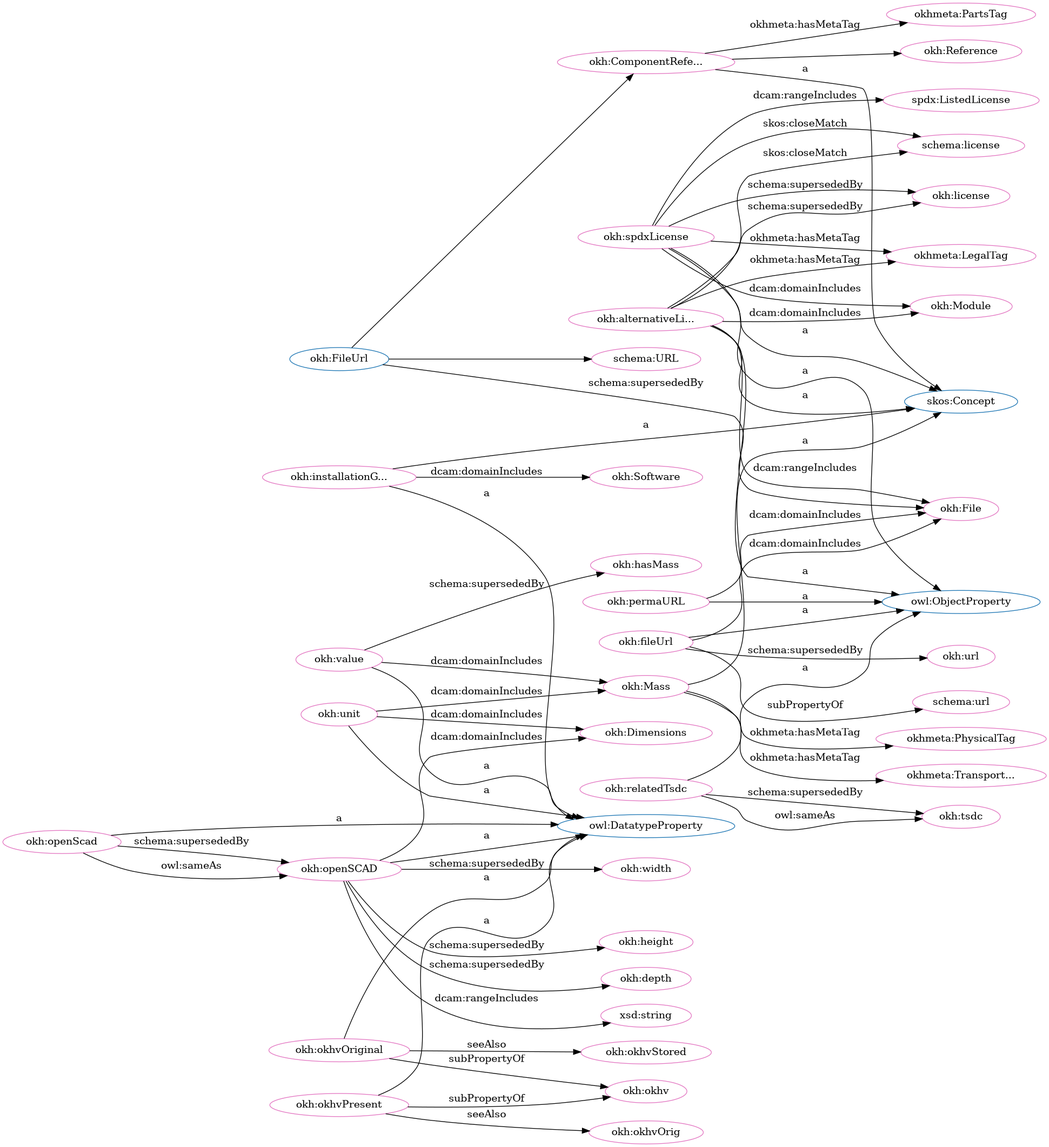
The Graphviz diagram src/spec/dot_okh_deprecated.png in iop-alliance/OpenKnowHow, before a commit. Its source is kept beside it as src/spec/dot_okh_deprecated.dot.
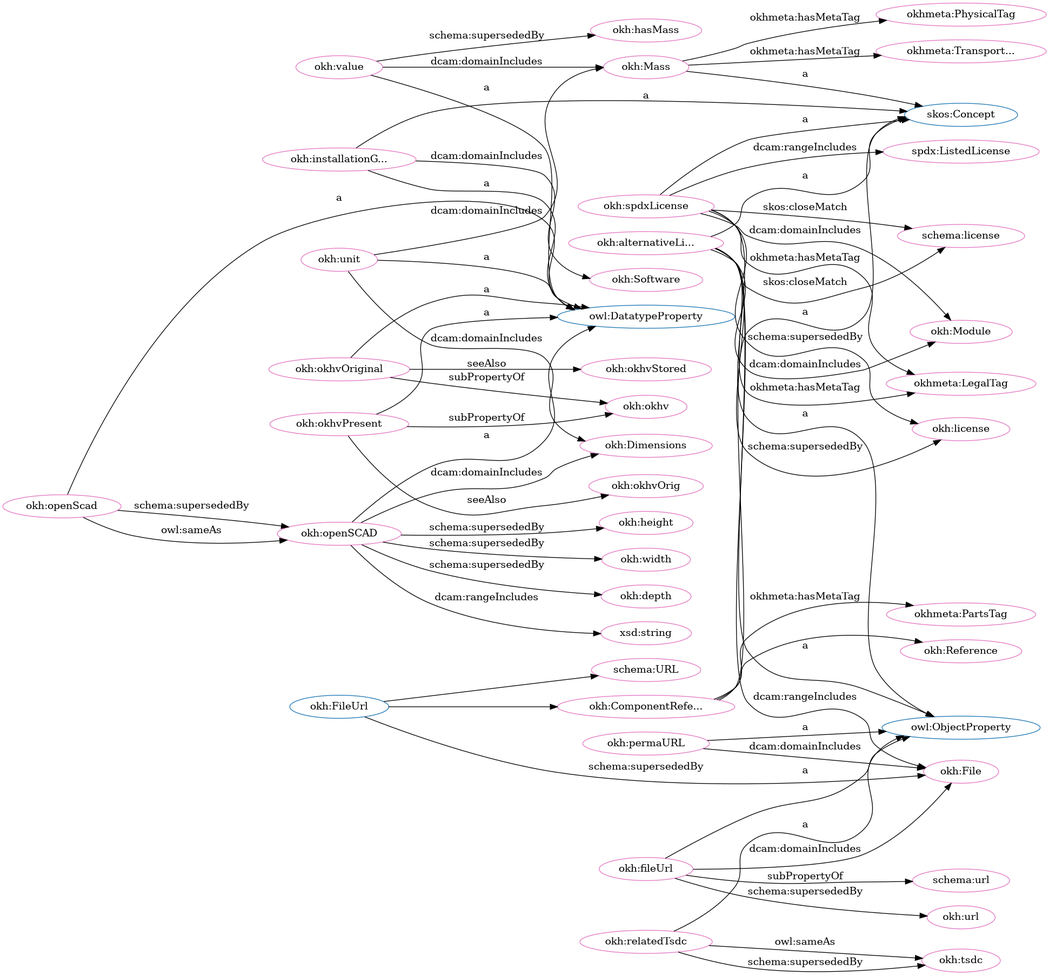
The same diagram one commit later.

Change to the diagram source:
```diff
@@ -1,106 +1,106 @@
 digraph G {
   rankdir=BT
   node[height=.3]
+"http://w3id.org/oseg/ont/okh#Reference" [fillcolor="#1f77b4" color="#1f77b4" label="okh:Reference"]
+"http://schema.org/URL" [fillcolor="#1f77b4" color="#1f77b4" label="schema:URL"]
+"http://www.w3.org/2002/07/owl#DatatypeProperty" [fillcolor="#1f77b4" color="#1f77b4" label="owl:DatatypeProperty"]
+"http://w3id.org/oseg/ont/okh#ComponentReference" [fillcolor="#1f77b4" color="#1f77b4" label="okh:ComponentRefe..."]
+"http://www.w3.org/2004/02/skos/core#Concept" [fillcolor="#1f77b4" color="#1f77b4" label="skos:Concept"]
+"http://www.w3.org/2002/07/owl#ObjectProperty" [fillcolor="#1f77b4" color="#1f77b4" label="owl:ObjectProperty"]
 "http://w3id.org/oseg/ont/okh#Mass" [fillcolor="#1f77b4" color="#1f77b4" label="okh:Mass"]
-"http://w3id.org/oseg/ont/okh#ComponentReference" [fillcolor="#1f77b4" color="#1f77b4" label="okh:ComponentRefe..."]
-"http://www.w3.org/2002/07/owl#DatatypeProperty" [fillcolor="#1f77b4" color="#1f77b4" label="owl:DatatypeProperty"]
-"http://www.w3.org/2002/07/owl#ObjectProperty" [fillcolor="#1f77b4" color="#1f77b4" label="owl:ObjectProperty"]
-"http://www.w3.org/2004/02/skos/core#Concept" [fillcolor="#1f77b4" color="#1f77b4" label="skos:Concept"]
 "http://w3id.org/oseg/ont/okh#FileUrl" [fillcolor="#1f77b4" color="#1f77b4" label="okh:FileUrl"]
-"http://schema.org/URL" [fillcolor="#1f77b4" color="#1f77b4" label="schema:URL"]
-"http://w3id.org/oseg/ont/okh#Reference" [fillcolor="#1f77b4" color="#1f77b4" label="okh:Reference"]
+"http://w3id.org/oseg/ont/okh#Reference" [fillcolor="#e377c2" color="#e377c2" label="okh:Reference"]
+"http://w3id.org/oseg/ont/okh#okhv" [fillcolor="#e377c2" color="#e377c2" label="okh:okhv"]
+"http://w3id.org/oseg/ont/okh#okhvOriginal" [fillcolor="#e377c2" color="#e377c2" label="okh:okhvOriginal"]
+"http://w3id.org/oseg/ont/okhmetaPartsTag" [fillcolor="#e377c2" color="#e377c2" label="okhmeta:PartsTag"]
+"http://w3id.org/oseg/ont/okh#unit" [fillcolor="#e377c2" color="#e377c2" label="okh:unit"]
+"http://w3id.org/oseg/ont/okh#File" [fillcolor="#e377c2" color="#e377c2" label="okh:File"]
+"http://schema.org/license" [fillcolor="#e377c2" color="#e377c2" label="schema:license"]
+"http://w3id.org/oseg/ont/okh#fileUrl" [fillcolor="#e377c2" color="#e377c2" label="okh:fileUrl"]
+"http://w3id.org/oseg/ont/okh#Module" [fillcolor="#e377c2" color="#e377c2" label="okh:Module"]
+"http://w3id.org/oseg/ont/okh#Dimensions" [fillcolor="#e377c2" color="#e377c2" label="okh:Dimensions"]
 "http://w3id.org/oseg/ont/okh#ComponentReference" [fillcolor="#e377c2" color="#e377c2" label="okh:ComponentRefe..."]
-"http://w3id.org/oseg/ont/okh#url" [fillcolor="#e377c2" color="#e377c2" label="okh:url"]
-"http://w3id.org/oseg/ont/okh#height" [fillcolor="#e377c2" color="#e377c2" label="okh:height"]
-"http://spdx.org/rdf/terms#ListedLicense" [fillcolor="#e377c2" color="#e377c2" label="spdx:ListedLicense"]
-"http://w3id.org/oseg/ont/okh#File" [fillcolor="#e377c2" color="#e377c2" label="okh:File"]
-"http://w3id.org/oseg/ont/okh#unit" [fillcolor="#e377c2" color="#e377c2" label="okh:unit"]
-"http://w3id.org/oseg/ont/okhmetaLegalTag" [fillcolor="#e377c2" color="#e377c2" label="okhmeta:LegalTag"]
+"http://w3id.org/oseg/ont/okh#relatedTsdc" [fillcolor="#e377c2" color="#e377c2" label="okh:relatedTsdc"]
+"http://www.w3.org/2001/XMLSchema#string" [fillcolor="#e377c2" color="#e377c2" label="xsd:string"]
+"http://w3id.org/oseg/ont/okh#alternativeLicense" [fillcolor="#e377c2" color="#e377c2" label="okh:alternativeLi..."]
+"http://w3id.org/oseg/ont/okh#Mass" [fillcolor="#e377c2" color="#e377c2" label="okh:Mass"]
+"http://w3id.org/oseg/ont/okh#value" [fillcolor="#e377c2" color="#e377c2" label="okh:value"]
 "http://w3id.org/oseg/ont/okh#license" [fillcolor="#e377c2" color="#e377c2" label="okh:license"]
 "http://w3id.org/oseg/ont/okh#openSCAD" [fillcolor="#e377c2" color="#e377c2" label="okh:openSCAD"]
+"http://schema.org/URL" [fillcolor="#e377c2" color="#e377c2" label="schema:URL"]
 "http://w3id.org/oseg/ont/okh#installationGuide" [fillcolor="#e377c2" color="#e377c2" label="okh:installationG..."]
-"http://w3id.org/oseg/ont/okhmetaPartsTag" [fillcolor="#e377c2" color="#e377c2" label="okhmeta:PartsTag"]
-"http://w3id.org/oseg/ont/okh#Software" [fillcolor="#e377c2" color="#e377c2" label="okh:Software"]
+"http://w3id.org/oseg/ont/okhmetaLegalTag" [fillcolor="#e377c2" color="#e377c2" label="okhmeta:LegalTag"]
+"http://w3id.org/oseg/ont/okhmetaTransportationTag" [fillcolor="#e377c2" color="#e377c2" label="okhmeta:Transport..."]
 "http://w3id.org/oseg/ont/okh#tsdc" [fillcolor="#e377c2" color="#e377c2" label="okh:tsdc"]
-"http://w3id.org/oseg/ont/okh#depth" [fillcolor="#e377c2" color="#e377c2" label="okh:depth"]
-"http://schema.org/license" [fillcolor="#e377c2" color="#e377c2" label="schema:license"]
-"http://w3id.org/oseg/ont/okh#Dimensions" [fillcolor="#e377c2" color="#e377c2" label="okh:Dimensions"]
-"http://w3id.org/oseg/ont/okh#okhvOriginal" [fillcolor="#e377c2" color="#e377c2" label="okh:okhvOriginal"]
 "http://w3id.org/oseg/ont/okh#spdxLicense" [fillcolor="#e377c2" color="#e377c2" label="okh:spdxLicense"]
 "http://w3id.org/oseg/ont/okh#openScad" [fillcolor="#e377c2" color="#e377c2" label="okh:openScad"]
-"http://schema.org/URL" [fillcolor="#e377c2" color="#e377c2" label="schema:URL"]
+"http://w3id.org/oseg/ont/okh#height" [fillcolor="#e377c2" color="#e377c2" label="okh:height"]
 "http://w3id.org/oseg/ont/okh#okhvOrig" [fillcolor="#e377c2" color="#e377c2" label="okh:okhvOrig"]
-"http://w3id.org/oseg/ont/okh#fileUrl" [fillcolor="#e377c2" color="#e377c2" label="okh:fileUrl"]
-"http://w3id.org/oseg/ont/okh#alternativeLicense" [fillcolor="#e377c2" color="#e377c2" label="okh:alternativeLi..."]
-"http://www.w3.org/2001/XMLSchema#string" [fillcolor="#e377c2" color="#e377c2" label="xsd:string"]
+"http://w3id.org/oseg/ont/okh#width" [fillcolor="#e377c2" color="#e377c2" label="okh:width"]
+"http://w3id.org/oseg/ont/okh#depth" [fillcolor="#e377c2" color="#e377c2" label="okh:depth"]
+"http://w3id.org/oseg/ont/okh#okhvPresent" [fillcolor="#e377c2" color="#e377c2" label="okh:okhvPresent"]
 "http://w3id.org/oseg/ont/okh#permaURL" [fillcolor="#e377c2" color="#e377c2" label="okh:permaURL"]
-"http://w3id.org/oseg/ont/okh#okhv" [fillcolor="#e377c2" color="#e377c2" label="okh:okhv"]
-"http://w3id.org/oseg/ont/okh#relatedTsdc" [fillcolor="#e377c2" color="#e377c2" label="okh:relatedTsdc"]
-"http://w3id.org/oseg/ont/okh#width" [fillcolor="#e377c2" color="#e377c2" label="okh:width"]
-"http://w3id.org/oseg/ont/okh#Mass" [fillcolor="#e377c2" color="#e377c2" label="okh:Mass"]
-"http://w3id.org/oseg/ont/okh#Module" [fillcolor="#e377c2" color="#e377c2" label="okh:Module"]
-"http://w3id.org/oseg/ont/okh#okhvPresent" [fillcolor="#e377c2" color="#e377c2" label="okh:okhvPresent"]
+"http://w3id.org/oseg/ont/okh#Software" [fillcolor="#e377c2" color="#e377c2" label="okh:Software"]
+"http://spdx.org/rdf/terms#ListedLicense" [fillcolor="#e377c2" color="#e377c2" label="spdx:ListedLicense"]
+"http://schema.org/url" [fillcolor="#e377c2" color="#e377c2" label="schema:url"]
+"http://w3id.org/oseg/ont/okhmetaPhysicalTag" [fillcolor="#e377c2" color="#e377c2" label="okhmeta:PhysicalTag"]
 "http://w3id.org/oseg/ont/okh#okhvStored" [fillcolor="#e377c2" color="#e377c2" label="okh:okhvStored"]
-"http://schema.org/url" [fillcolor="#e377c2" color="#e377c2" label="schema:url"]
-"http://w3id.org/oseg/ont/okh#value" [fillcolor="#e377c2" color="#e377c2" label="okh:value"]
-"http://w3id.org/oseg/ont/okh#Reference" [fillcolor="#e377c2" color="#e377c2" label="okh:Reference"]
 "http://w3id.org/oseg/ont/okh#hasMass" [fillcolor="#e377c2" color="#e377c2" label="okh:hasMass"]
-"http://w3id.org/oseg/ont/okhmetaTransportationTag" [fillcolor="#e377c2" color="#e377c2" label="okhmeta:Transport..."]
-"http://w3id.org/oseg/ont/okhmetaPhysicalTag" [fillcolor="#e377c2" color="#e377c2" label="okhmeta:PhysicalTag"]
+"http://w3id.org/oseg/ont/okh#url" [fillcolor="#e377c2" color="#e377c2" label="okh:url"]
+  "http://w3id.org/oseg/ont/okh#ComponentReference" -> "http://w3id.org/oseg/ont/okh#Reference" [label=""]
+  "http://w3id.org/oseg/ont/okh#okhvOriginal" -> "http://w3id.org/oseg/ont/okh#okhv" [label="subPropertyOf"]
+  "http://w3id.org/oseg/ont/okh#okhvOriginal" -> "http://www.w3.org/2002/07/owl#DatatypeProperty" [label="a"]
+  "http://w3id.org/oseg/ont/okh#ComponentReference" -> "http://w3id.org/oseg/ont/okhmetaPartsTag" [label="okhmeta:hasMetaTag"]
+  "http://w3id.org/oseg/ont/okh#fileUrl" -> "http://w3id.org/oseg/ont/okh#File" [label="dcam:domainIncludes"]
+  "http://w3id.org/oseg/ont/okh#unit" -> "http://www.w3.org/2002/07/owl#DatatypeProperty" [label="a"]
+  "http://w3id.org/oseg/ont/okh#alternativeLicense" -> "http://schema.org/license" [label="skos:closeMatch"]
+  "http://w3id.org/oseg/ont/okh#fileUrl" -> "http://www.w3.org/2002/07/owl#ObjectProperty" [label="a"]
+  "http://w3id.org/oseg/ont/okh#spdxLicense" -> "http://w3id.org/oseg/ont/okh#Module" [label="dcam:domainIncludes"]
+  "http://w3id.org/oseg/ont/okh#openSCAD" -> "http://w3id.org/oseg/ont/okh#Dimensions" [label="dcam:domainIncludes"]
   "http://w3id.org/oseg/ont/okh#ComponentReference" -> "http://www.w3.org/2004/02/skos/core#Concept" [label="a"]
+  "http://w3id.org/oseg/ont/okh#relatedTsdc" -> "http://www.w3.org/2002/07/owl#ObjectProperty" [label="a"]
+  "http://w3id.org/oseg/ont/okh#openSCAD" -> "http://www.w3.org/2001/XMLSchema#string" [label="dcam:rangeIncludes"]
+  "http://w3id.org/oseg/ont/okh#alternativeLicense" -> "http://www.w3.org/2004/02/skos/core#Concept" [label="a"]
+  "http://w3id.org/oseg/ont/okh#value" -> "http://w3id.org/oseg/ont/okh#Mass" [label="dcam:domainIncludes"]
+  "http://w3id.org/oseg/ont/okh#value" -> "http://www.w3.org/2002/07/owl#DatatypeProperty" [label="a"]
+  "http://w3id.org/oseg/ont/okh#alternativeLicense" -> "http://w3id.org/oseg/ont/okh#license" [label="schema:supersededBy"]
+  "http://w3id.org/oseg/ont/okh#unit" -> "http://w3id.org/oseg/ont/okh#Dimensions" [label="dcam:domainIncludes"]
+  "http://w3id.org/oseg/ont/okh#openScad" -> "http://w3id.org/oseg/ont/okh#openSCAD" [label="schema:supersededBy"]
+  "http://w3id.org/oseg/ont/okh#Mass" -> "http://www.w3.org/2004/02/skos/core#Concept" [label="a"]
+  "http://w3id.org/oseg/ont/okh#installationGuide" -> "http://www.w3.org/2004/02/skos/core#Concept" [label="a"]
+  "http://w3id.org/oseg/ont/okh#FileUrl" -> "http://schema.org/URL" [label=""]
+  "http://w3id.org/oseg/ont/okh#installationGuide" -> "http://www.w3.org/2002/07/owl#DatatypeProperty" [label="a"]
+  "http://w3id.org/oseg/ont/okh#FileUrl" -> "http://w3id.org/oseg/ont/okh#ComponentReference" [label=""]
+  "http://w3id.org/oseg/ont/okh#spdxLicense" -> "http://w3id.org/oseg/ont/okhmetaLegalTag" [label="okhmeta:hasMetaTag"]
+  "http://w3id.org/oseg/ont/okh#Mass" -> "http://w3id.org/oseg/ont/okhmetaTransportationTag" [label="okhmeta:hasMetaTag"]
+  "http://w3id.org/oseg/ont/okh#relatedTsdc" -> "http://w3id.org/oseg/ont/okh#tsdc" [label="owl:sameAs"]
+  "http://w3id.org/oseg/ont/okh#okhvPresent" -> "http://w3id.org/oseg/ont/okh#okhv" [label="subPropertyOf"]
+  "http://w3id.org/oseg/ont/okh#alternativeLicense" -> "http://w3id.org/oseg/ont/okhmetaLegalTag" [label="okhmeta:hasMetaTag"]
+  "http://w3id.org/oseg/ont/okh#alternativeLicense" -> "http://w3id.org/oseg/ont/okh#Module" [label="dcam:domainIncludes"]
+  "http://w3id.org/oseg/ont/okh#spdxLicense" -> "http://www.w3.org/2002/07/owl#ObjectProperty" [label="a"]
+  "http://w3id.org/oseg/ont/okh#relatedTsdc" -> "http://w3id.org/oseg/ont/okh#tsdc" [label="schema:supersededBy"]
+  "http://w3id.org/oseg/ont/okh#openScad" -> "http://www.w3.org/2002/07/owl#DatatypeProperty" [label="a"]
+  "http://w3id.org/oseg/ont/okh#alternativeLicense" -> "http://w3id.org/oseg/ont/okh#File" [label="dcam:rangeIncludes"]
+  "http://w3id.org/oseg/ont/okh#FileUrl" -> "http://w3id.org/oseg/ont/okh#File" [label="schema:supersededBy"]
+  "http://w3id.org/oseg/ont/okh#openSCAD" -> "http://w3id.org/oseg/ont/okh#height" [label="schema:supersededBy"]
+  "http://w3id.org/oseg/ont/okh#okhvPresent" -> "http://w3id.org/oseg/ont/okh#okhvOrig" [label="seeAlso"]
+  "http://w3id.org/oseg/ont/okh#openSCAD" -> "http://w3id.org/oseg/ont/okh#width" [label="schema:supersededBy"]
+  "http://w3id.org/oseg/ont/okh#openSCAD" -> "http://w3id.org/oseg/ont/okh#depth" [label="schema:supersededBy"]
+  "http://w3id.org/oseg/ont/okh#openSCAD" -> "http://www.w3.org/2002/07/owl#DatatypeProperty" [label="a"]
+  "http://w3id.org/oseg/ont/okh#okhvPresent" -> "http://www.w3.org/2002/07/owl#DatatypeProperty" [label="a"]
+  "http://w3id.org/oseg/ont/okh#permaURL" -> "http://www.w3.org/2002/07/owl#ObjectProperty" [label="a"]
+  "http://w3id.org/oseg/ont/okh#openScad" -> "http://w3id.org/oseg/ont/okh#openSCAD" [label="owl:sameAs"]
+  "http://w3id.org/oseg/ont/okh#installationGuide" -> "http://w3id.org/oseg/ont/okh#Software" [label="dcam:domainIncludes"]
+  "http://w3id.org/oseg/ont/okh#spdxLicense" -> "http://spdx.org/rdf/terms#ListedLicense" [label="dcam:rangeIncludes"]
+  "http://w3id.org/oseg/ont/okh#unit" -> "http://w3id.org/oseg/ont/okh#Mass" [label="dcam:domainIncludes"]
+  "http://w3id.org/oseg/ont/okh#alternativeLicense" -> "http://www.w3.org/2002/07/owl#ObjectProperty" [label="a"]
+  "http://w3id.org/oseg/ont/okh#spdxLicense" -> "http://schema.org/license" [label="skos:closeMatch"]
+  "http://w3id.org/oseg/ont/okh#fileUrl" -> "http://schema.org/url" [label="subPropertyOf"]
+  "http://w3id.org/oseg/ont/okh#Mass" -> "http://w3id.org/oseg/ont/okhmetaPhysicalTag" [label="okhmeta:hasMetaTag"]
+  "http://w3id.org/oseg/ont/okh#okhvOriginal" -> "http://w3id.org/oseg/ont/okh#okhvStored" [label="seeAlso"]
+  "http://w3id.org/oseg/ont/okh#value" -> "http://w3id.org/oseg/ont/okh#hasMass" [label="schema:supersededBy"]
+  "http://w3id.org/oseg/ont/okh#spdxLicense" -> "http://www.w3.org/2004/02/skos/core#Concept" [label="a"]
+  "http://w3id.org/oseg/ont/okh#spdxLicense" -> "http://w3id.org/oseg/ont/okh#license" [label="schema:supersededBy"]
+  "http://w3id.org/oseg/ont/okh#permaURL" -> "http://w3id.org/oseg/ont/okh#File" [label="dcam:domainIncludes"]
   "http://w3id.org/oseg/ont/okh#fileUrl" -> "http://w3id.org/oseg/ont/okh#url" [label="schema:supersededBy"]
-  "http://w3id.org/oseg/ont/okh#openSCAD" -> "http://w3id.org/oseg/ont/okh#height" [label="schema:supersededBy"]
-  "http://w3id.org/oseg/ont/okh#spdxLicense" -> "http://spdx.org/rdf/terms#ListedLicense" [label="dcam:rangeIncludes"]
-  "http://w3id.org/oseg/ont/okh#permaURL" -> "http://w3id.org/oseg/ont/okh#File" [label="dcam:domainIncludes"]
-  "http://w3id.org/oseg/ont/okh#unit" -> "http://www.w3.org/2002/07/owl#DatatypeProperty" [label="a"]
-  "http://w3id.org/oseg/ont/okh#spdxLicense" -> "http://w3id.org/oseg/ont/okhmetaLegalTag" [label="okhmeta:hasMetaTag"]
-  "http://w3id.org/oseg/ont/okh#spdxLicense" -> "http://w3id.org/oseg/ont/okh#license" [label="schema:supersededBy"]
-  "http://w3id.org/oseg/ont/okh#openScad" -> "http://w3id.org/oseg/ont/okh#openSCAD" [label="schema:supersededBy"]
-  "http://w3id.org/oseg/ont/okh#installationGuide" -> "http://www.w3.org/2004/02/skos/core#Concept" [label="a"]
-  "http://w3id.org/oseg/ont/okh#ComponentReference" -> "http://w3id.org/oseg/ont/okhmetaPartsTag" [label="okhmeta:hasMetaTag"]
-  "http://w3id.org/oseg/ont/okh#FileUrl" -> "http://w3id.org/oseg/ont/okh#File" [label="schema:supersededBy"]
-  "http://w3id.org/oseg/ont/okh#installationGuide" -> "http://w3id.org/oseg/ont/okh#Software" [label="dcam:domainIncludes"]
-  "http://w3id.org/oseg/ont/okh#relatedTsdc" -> "http://w3id.org/oseg/ont/okh#tsdc" [label="schema:supersededBy"]
-  "http://w3id.org/oseg/ont/okh#openSCAD" -> "http://w3id.org/oseg/ont/okh#depth" [label="schema:supersededBy"]
-  "http://w3id.org/oseg/ont/okh#spdxLicense" -> "http://schema.org/license" [label="skos:closeMatch"]
-  "http://w3id.org/oseg/ont/okh#unit" -> "http://w3id.org/oseg/ont/okh#Dimensions" [label="dcam:domainIncludes"]
-  "http://w3id.org/oseg/ont/okh#fileUrl" -> "http://w3id.org/oseg/ont/okh#File" [label="dcam:domainIncludes"]
-  "http://w3id.org/oseg/ont/okh#okhvOriginal" -> "http://www.w3.org/2002/07/owl#DatatypeProperty" [label="a"]
-  "http://w3id.org/oseg/ont/okh#alternativeLicense" -> "http://w3id.org/oseg/ont/okhmetaLegalTag" [label="okhmeta:hasMetaTag"]
-  "http://w3id.org/oseg/ont/okh#spdxLicense" -> "http://www.w3.org/2002/07/owl#ObjectProperty" [label="a"]
-  "http://w3id.org/oseg/ont/okh#openScad" -> "http://www.w3.org/2002/07/owl#DatatypeProperty" [label="a"]
-  "http://w3id.org/oseg/ont/okh#FileUrl" -> "http://schema.org/URL" [label=""]
-  "http://w3id.org/oseg/ont/okh#openScad" -> "http://w3id.org/oseg/ont/okh#openSCAD" [label="owl:sameAs"]
-  "http://w3id.org/oseg/ont/okh#okhvPresent" -> "http://w3id.org/oseg/ont/okh#okhvOrig" [label="seeAlso"]
-  "http://w3id.org/oseg/ont/okh#alternativeLicense" -> "http://schema.org/license" [label="skos:closeMatch"]
-  "http://w3id.org/oseg/ont/okh#relatedTsdc" -> "http://w3id.org/oseg/ont/okh#tsdc" [label="owl:sameAs"]
-  "http://w3id.org/oseg/ont/okh#alternativeLicense" -> "http://w3id.org/oseg/ont/okh#File" [label="dcam:rangeIncludes"]
-  "http://w3id.org/oseg/ont/okh#fileUrl" -> "http://www.w3.org/2002/07/owl#ObjectProperty" [label="a"]
-  "http://w3id.org/oseg/ont/okh#Mass" -> "http://w3id.org/oseg/ont/okhmetaPhysicalTag" [label="okhmeta:hasMetaTag"]
-  "http://w3id.org/oseg/ont/okh#alternativeLicense" -> "http://www.w3.org/2002/07/owl#ObjectProperty" [label="a"]
-  "http://w3id.org/oseg/ont/okh#alternativeLicense" -> "http://w3id.org/oseg/ont/okh#license" [label="schema:supersededBy"]
-  "http://w3id.org/oseg/ont/okh#openSCAD" -> "http://www.w3.org/2001/XMLSchema#string" [label="dcam:rangeIncludes"]
-  "http://w3id.org/oseg/ont/okh#permaURL" -> "http://www.w3.org/2002/07/owl#ObjectProperty" [label="a"]
-  "http://w3id.org/oseg/ont/okh#okhvOriginal" -> "http://w3id.org/oseg/ont/okh#okhv" [label="subPropertyOf"]
-  "http://w3id.org/oseg/ont/okh#openSCAD" -> "http://w3id.org/oseg/ont/okh#Dimensions" [label="dcam:domainIncludes"]
-  "http://w3id.org/oseg/ont/okh#openSCAD" -> "http://www.w3.org/2002/07/owl#DatatypeProperty" [label="a"]
-  "http://w3id.org/oseg/ont/okh#FileUrl" -> "http://w3id.org/oseg/ont/okh#ComponentReference" [label=""]
-  "http://w3id.org/oseg/ont/okh#relatedTsdc" -> "http://www.w3.org/2002/07/owl#ObjectProperty" [label="a"]
-  "http://w3id.org/oseg/ont/okh#openSCAD" -> "http://w3id.org/oseg/ont/okh#width" [label="schema:supersededBy"]
-  "http://w3id.org/oseg/ont/okh#installationGuide" -> "http://www.w3.org/2002/07/owl#DatatypeProperty" [label="a"]
-  "http://w3id.org/oseg/ont/okh#Mass" -> "http://www.w3.org/2004/02/skos/core#Concept" [label="a"]
-  "http://w3id.org/oseg/ont/okh#spdxLicense" -> "http://w3id.org/oseg/ont/okh#Module" [label="dcam:domainIncludes"]
-  "http://w3id.org/oseg/ont/okh#okhvPresent" -> "http://www.w3.org/2002/07/owl#DatatypeProperty" [label="a"]
-  "http://w3id.org/oseg/ont/okh#value" -> "http://w3id.org/oseg/ont/okh#Mass" [label="dcam:domainIncludes"]
-  "http://w3id.org/oseg/ont/okh#spdxLicense" -> "http://www.w3.org/2004/02/skos/core#Concept" [label="a"]
-  "http://w3id.org/oseg/ont/okh#okhvOriginal" -> "http://w3id.org/oseg/ont/okh#okhvStored" [label="seeAlso"]
-  "http://w3id.org/oseg/ont/okh#fileUrl" -> "http://schema.org/url" [label="subPropertyOf"]
-  "http://w3id.org/oseg/ont/okh#value" -> "http://www.w3.org/2002/07/owl#DatatypeProperty" [label="a"]
-  "http://w3id.org/oseg/ont/okh#ComponentReference" -> "http://w3id.org/oseg/ont/okh#Reference" [label=""]
-  "http://w3id.org/oseg/ont/okh#value" -> "http://w3id.org/oseg/ont/okh#hasMass" [label="schema:supersededBy"]
-  "http://w3id.org/oseg/ont/okh#Mass" -> "http://w3id.org/oseg/ont/okhmetaTransportationTag" [label="okhmeta:hasMetaTag"]
-  "http://w3id.org/oseg/ont/okh#alternativeLicense" -> "http://w3id.org/oseg/ont/okh#Module" [label="dcam:domainIncludes"]
-  "http://w3id.org/oseg/ont/okh#okhvPresent" -> "http://w3id.org/oseg/ont/okh#okhv" [label="subPropertyOf"]
-  "http://w3id.org/oseg/ont/okh#unit" -> "http://w3id.org/oseg/ont/okh#Mass" [label="dcam:domainIncludes"]
-  "http://w3id.org/oseg/ont/okh#alternativeLicense" -> "http://www.w3.org/2004/02/skos/core#Concept" [label="a"]
 }
```
